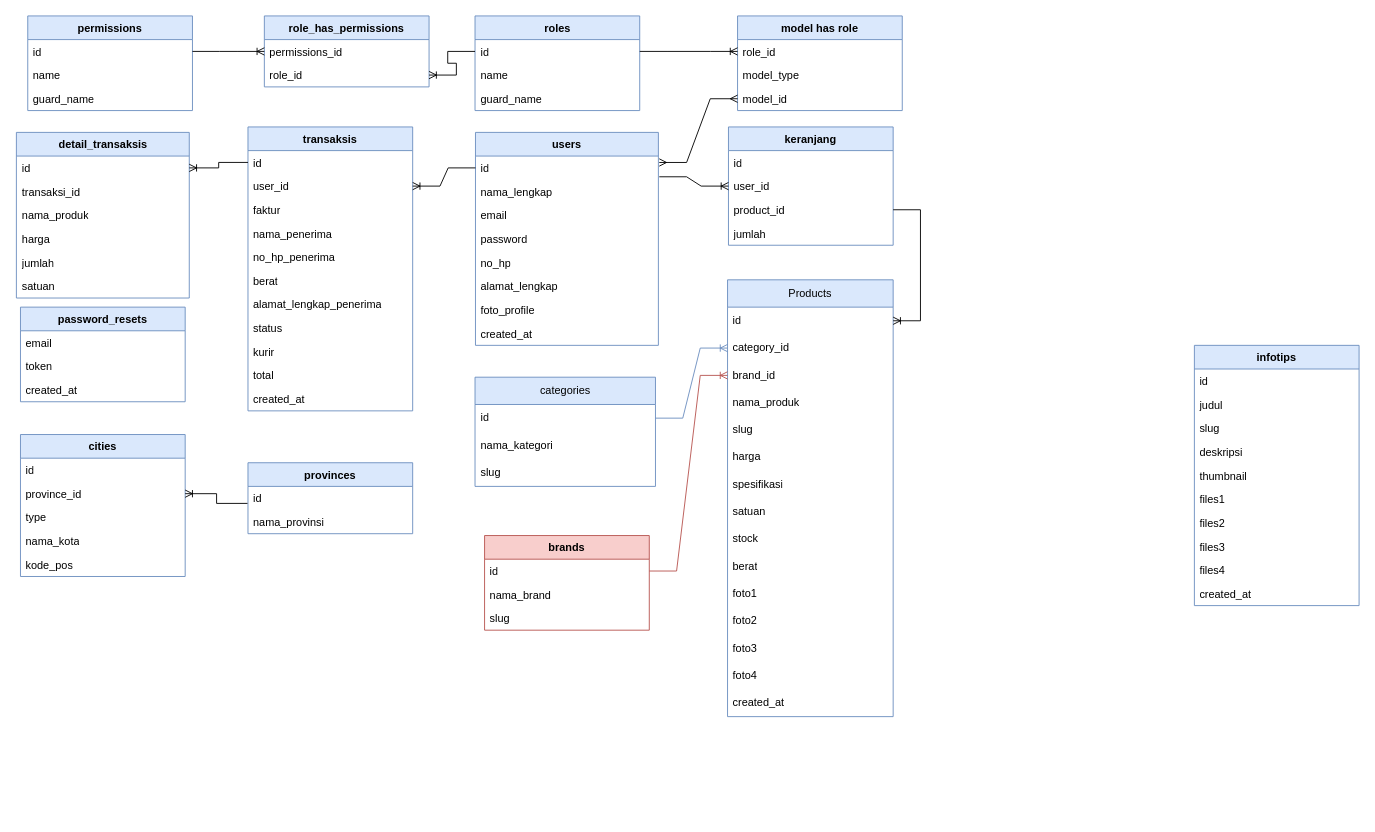
The draw.io diagram page "erd" (1 of 2) of classdiagram.drawio in ThikerXCX/umltoko, before the edit. Source tidied: cells renumbered, new cells numbered last; positions are measured from the earlier drawing's top-left corner, leaving out a move shared by most shapes. Both pictures are drawn from the tidied source at 91%, with x=0, y=0 at pixel (16, 15).
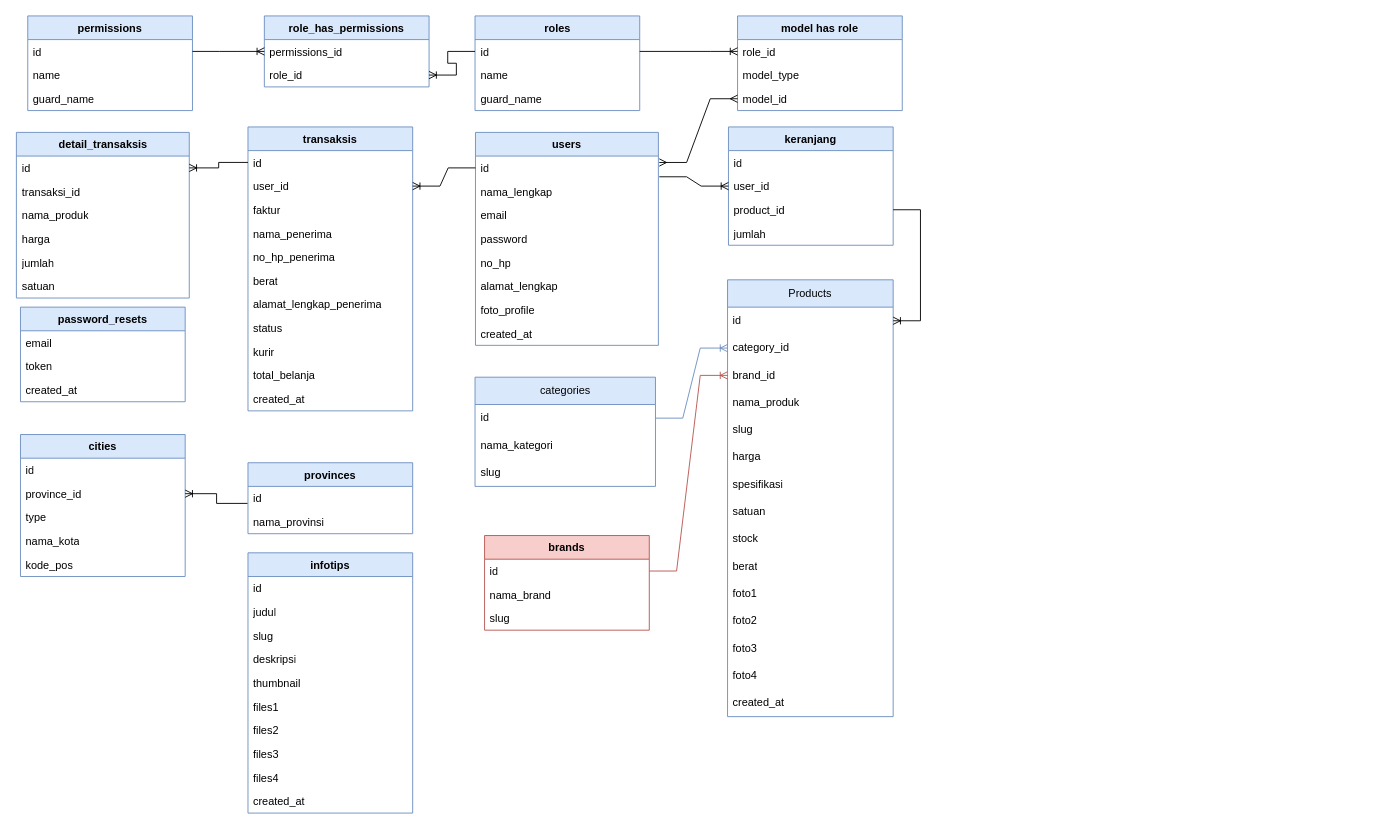
Above is the later version.

Unchanged cells that the change refers to:
```xml
<mxCell id="58" value="transaksis" style="swimlane;fontStyle=1;align=center;verticalAlign=top;horizontal=1;startSize=26;whiteSpace=wrap;html=1;fillColor=#dae8fc;strokeColor=#6c8ebf;" parent="1" vertex="1">
  <mxGeometry x="254" y="122" width="181" height="312" as="geometry" />
</mxCell>
```

The edit, as a diff of the source:
```diff
@@
     <mxCell id="47" value="infotips" style="swimlane;fontStyle=1;align=center;verticalAlign=top;horizontal=1;startSize=26;whiteSpace=wrap;html=1;fillColor=#dae8fc;strokeColor=#6c8ebf;" parent="1" vertex="1">
-      <mxGeometry x="1294" y="362" width="181" height="286" as="geometry" />
+      <mxGeometry x="254" y="590" width="181" height="286" as="geometry" />
     </mxCell>
@@
-    <mxCell id="68" value="total" style="text;strokeColor=none;fillColor=none;align=left;verticalAlign=top;spacingLeft=4;spacingRight=4;overflow=hidden;whiteSpace=wrap;html=1;" parent="58" vertex="1">
+    <mxCell id="68" value="total_belanja" style="text;strokeColor=none;fillColor=none;align=left;verticalAlign=top;spacingLeft=4;spacingRight=4;overflow=hidden;whiteSpace=wrap;html=1;" parent="58" vertex="1">
       <mxGeometry y="260" width="181" height="26" as="geometry" />
     </mxCell>
```
